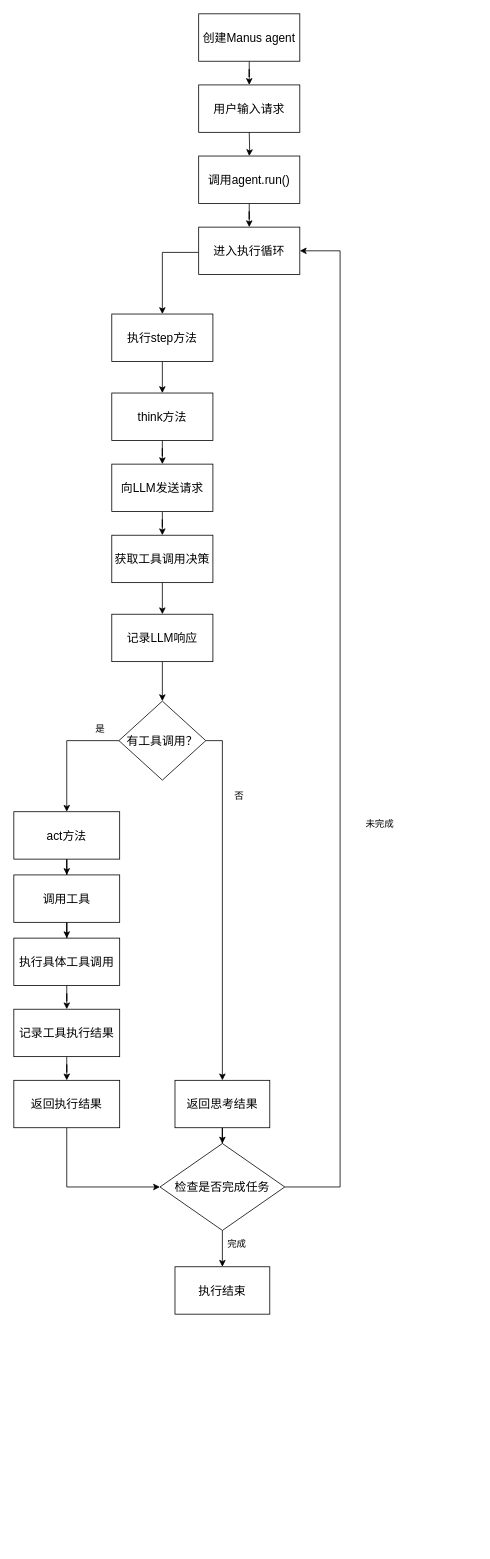
This is OpenManus.drawio from SongyuanC/supermall, a draw.io file, before an edit. Source tidied: cells renumbered, new cells numbered last; positions are measured from the earlier drawing's top-left corner, leaving out a move shared by most shapes. Both pictures are drawn from the tidied source at 79%, with x=0, y=0 at pixel (13, 13).
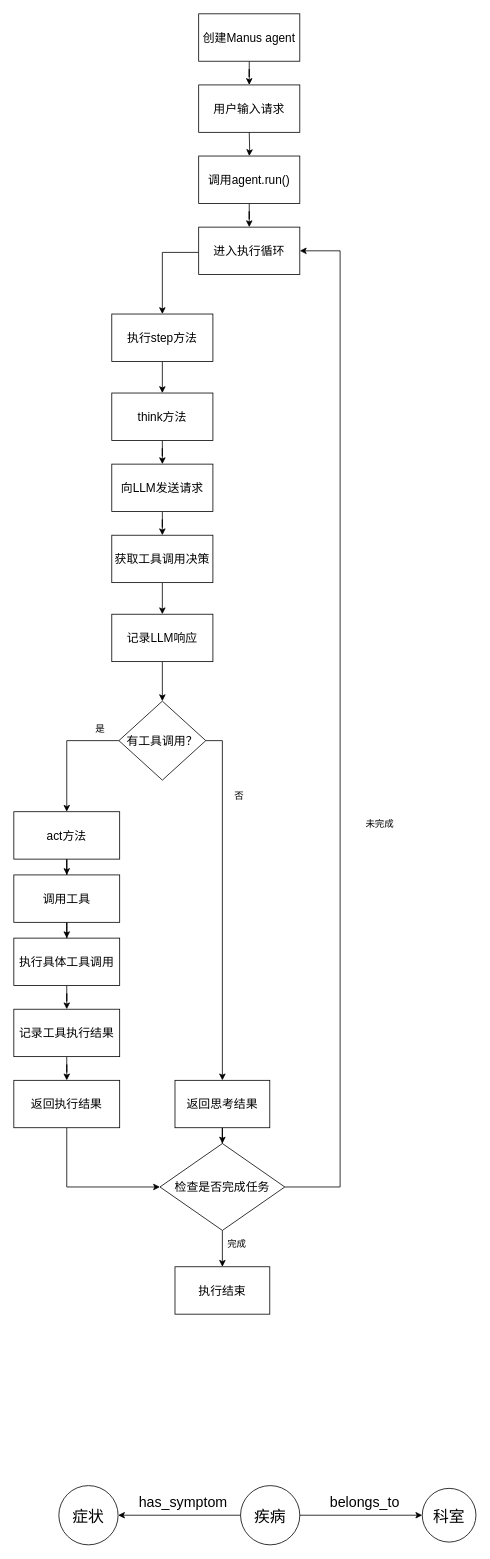
The same diagram, later.

What changed in the source:
```diff
@@
+    <mxCell id="43" value="症状" style="ellipse;whiteSpace=wrap;html=1;fontSize=20;" parent="1" vertex="1">
+      <mxGeometry x="57" y="1863" width="75" height="75" as="geometry" />
+    </mxCell>
+    <mxCell id="44" value="疾病" style="ellipse;whiteSpace=wrap;html=1;fontSize=20;" parent="1" vertex="1">
+      <mxGeometry x="287" y="1863" width="75" height="75" as="geometry" />
+    </mxCell>
+    <mxCell id="45" value="科室" style="ellipse;whiteSpace=wrap;html=1;fontSize=20;" parent="1" vertex="1">
+      <mxGeometry x="517" y="1866.5" width="68" height="68" as="geometry" />
+    </mxCell>
+    <mxCell id="46" style="endArrow=classic;html=1;rounded=0;exitX=0;exitY=0.5;exitDx=0;exitDy=0;entryX=1;entryY=0.5;entryDx=0;entryDy=0;" parent="1" edge="1" source="44" target="43">
+      <mxGeometry relative="1" as="geometry" />
+    </mxCell>
+    <mxCell id="47" style="endArrow=classic;html=1;rounded=0;exitX=1;exitY=0.5;exitDx=0;exitDy=0;entryX=0;entryY=0.5;entryDx=0;entryDy=0;" parent="1" edge="1" source="44" target="45">
+      <mxGeometry relative="1" as="geometry" />
+    </mxCell>
+    <mxCell id="48" value="has_symptom" style="text;html=1;align=center;verticalAlign=middle;strokeColor=none;fillColor=none;fontSize=18;" parent="1" vertex="1">
+      <mxGeometry x="149" y="1866.5" width="130" height="34" as="geometry" />
+    </mxCell>
+    <mxCell id="49" value="belongs_to" style="text;html=1;align=center;verticalAlign=middle;strokeColor=none;fillColor=none;fontSize=18;" parent="1" vertex="1">
+      <mxGeometry x="391" y="1866.5" width="106" height="34" as="geometry" />
+    </mxCell>
```
